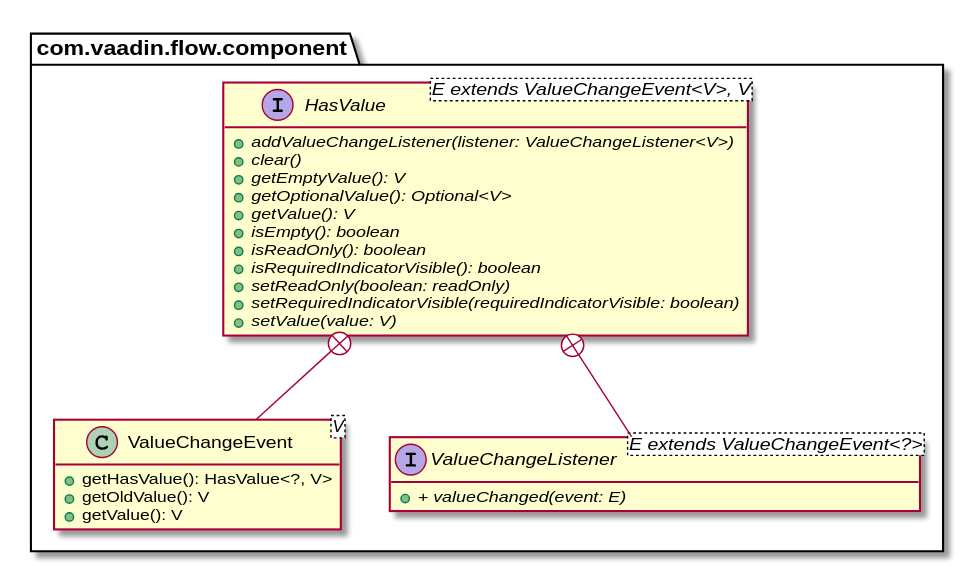
formations/vaadin-foundations keeps this PlantUML diagram as cours/images/has-value.svg. Above is the earlier version.
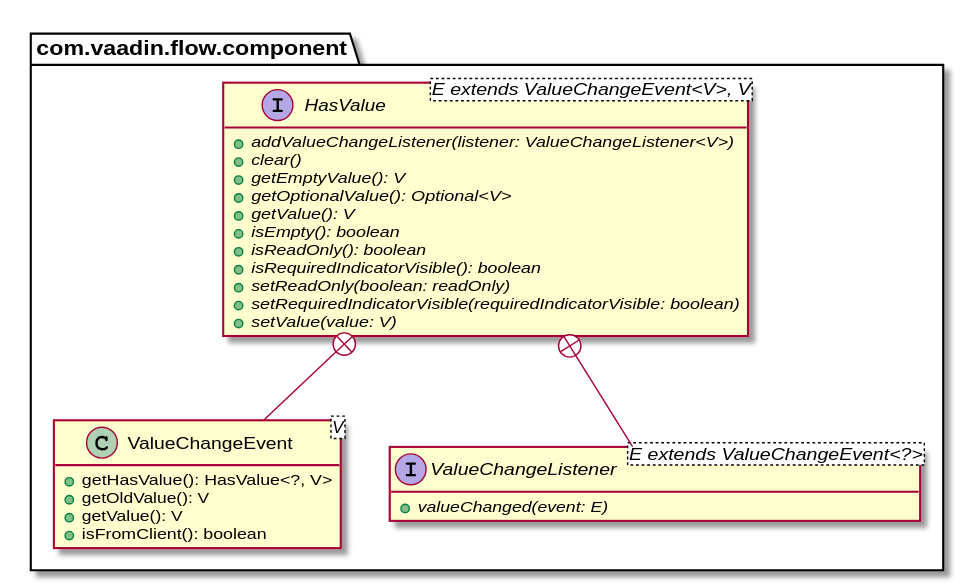
The same diagram one commit later.

What changed in the source:
```diff
@@ -1,25 +1,26 @@
 @startuml
-package "com.vaadin.flow.component" {
+package com.vaadin.flow.component {
  interface HasValue<E extends ValueChangeEvent<V>, V> {
-  {abstract} + addValueChangeListener(listener: ValueChangeListener<V>)
-  {abstract} +   clear()
-  {abstract} +   getEmptyValue(): V
-  {abstract} +   getOptionalValue(): Optional<V>
-  {abstract} +   getValue(): V
-  {abstract} +   isEmpty(): boolean
-  {abstract} +   isReadOnly(): boolean
-  {abstract} +   isRequiredIndicatorVisible(): boolean
-  {abstract} +   setReadOnly(boolean: readOnly)
-  {abstract} +   setRequiredIndicatorVisible(requiredIndicatorVisible: boolean)
-  {abstract} +   setValue(value: V)
+  + {abstract} addValueChangeListener(listener: ValueChangeListener<V>)
+  + {abstract} clear()
+  + {abstract} getEmptyValue(): V
+  + {abstract} getOptionalValue(): Optional<V>
+  + {abstract} getValue(): V
+  + {abstract} isEmpty(): boolean
+  + {abstract} isReadOnly(): boolean
+  + {abstract} isRequiredIndicatorVisible(): boolean
+  + {abstract} setReadOnly(boolean: readOnly)
+  + {abstract} setRequiredIndicatorVisible(requiredIndicatorVisible: boolean)
+  + {abstract} setValue(value: V)
  }
  class ValueChangeEvent<V> {
   + getHasValue(): HasValue<?, V>
   + getOldValue(): V
   + getValue(): V
+  + isFromClient(): boolean
  }
  interface ValueChangeListener<E extends ValueChangeEvent<?>> {
-  + {abstract} + valueChanged(event: E)
+  + {abstract} valueChanged(event: E)
  }
 }
 
```
